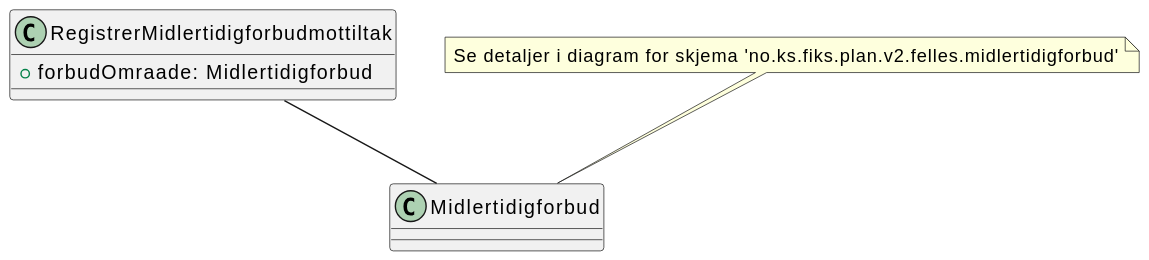
Before: Dokumentasjon/V2/ClassDiagrams/no.ks.fiks.plan.v2.oppdatering.midlertidigforbudmottiltak.registrer/midlertidigforbudmottiltak-registrer.svg, a diagram exported from PlantUML (ks-no/fiks-plan-specification). The source it was exported from:
```plantuml
@startuml
class RegistrerMidlertidigforbudmottiltak {
    +forbudOmraade: Midlertidigforbud
}

RegistrerMidlertidigforbudmottiltak -- Midlertidigforbud

note top of Midlertidigforbud : Se detaljer i diagram for skjema 'no.ks.fiks.plan.v2.felles.midlertidigforbud'
@enduml
```
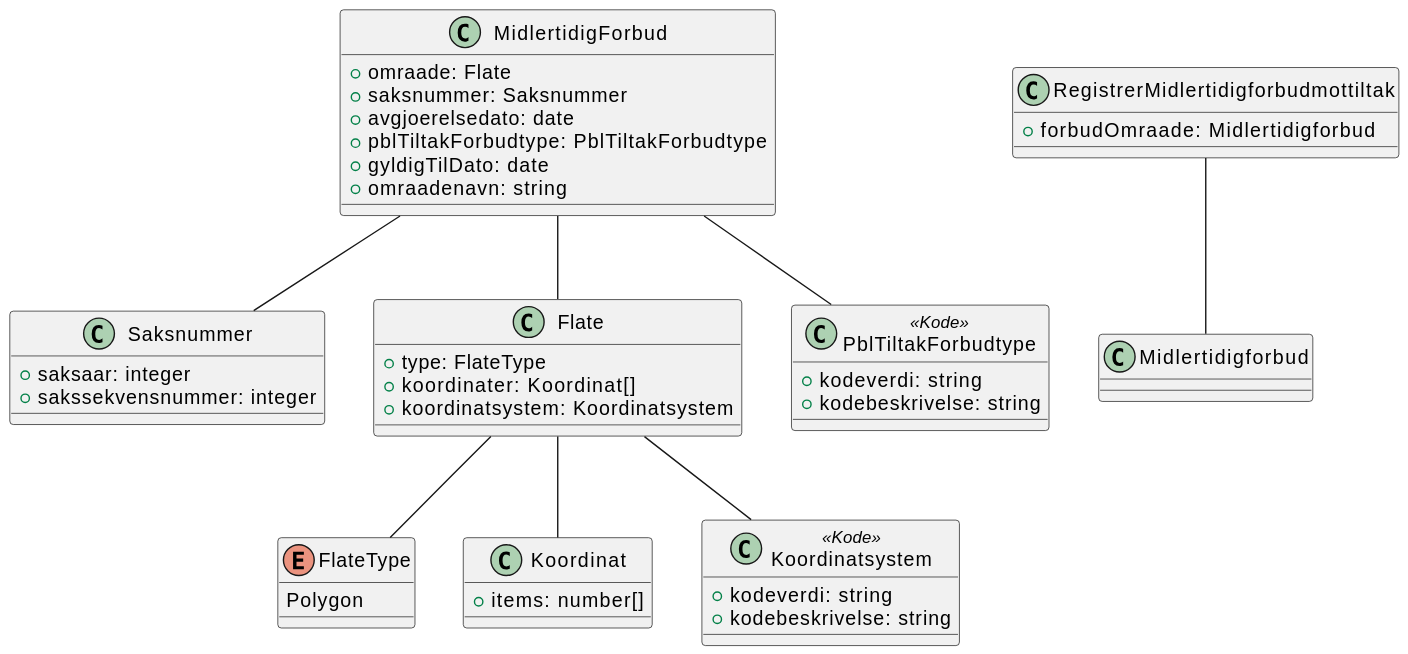
After the change.

Diff of the diagram source:
```diff
@@ -1,9 +1,9 @@
 @startuml
+!include ./../no.ks.fiks.plan.v2.felles.midlertidigforbud/midlertidigforbud.pu
+
 class RegistrerMidlertidigforbudmottiltak {
     +forbudOmraade: Midlertidigforbud
 }
 
 RegistrerMidlertidigforbudmottiltak -- Midlertidigforbud
-
-note top of Midlertidigforbud : Se detaljer i diagram for skjema 'no.ks.fiks.plan.v2.felles.midlertidigforbud'
 @enduml
```
